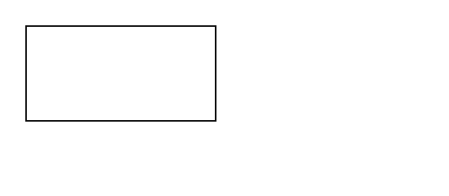
Before: page "Página-1" (1 of 2) of Levantamiento de info.drawio in kld79/addc-data, a draw.io diagram. Source tidied: cells renumbered, new cells numbered last; positions are measured from the earlier drawing's top-left corner, leaving out a move shared by most shapes. Both pictures are drawn from the tidied source at 158%, with x=0, y=0 at pixel (25, 25).
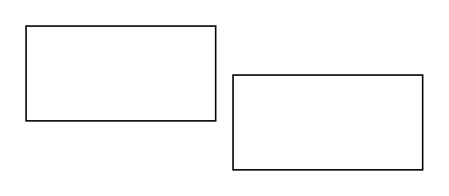
Above is the later version.

What changed in the source:
```diff
@@
 <mxGraphModel>
   <root>
     <mxCell id="0" />
     <mxCell id="1" parent="0" />
     <mxCell id="2" style="rounded=0;whiteSpace=wrap;html=1;" parent="1" vertex="1">
       <mxGeometry width="120" height="60" as="geometry" />
     </mxCell>
+    <mxCell id="3" style="rounded=0;whiteSpace=wrap;html=1;" parent="1" vertex="1">
+      <mxGeometry x="131" y="31" width="120" height="60" as="geometry" />
+    </mxCell>
   </root>
 </mxGraphModel>
```
